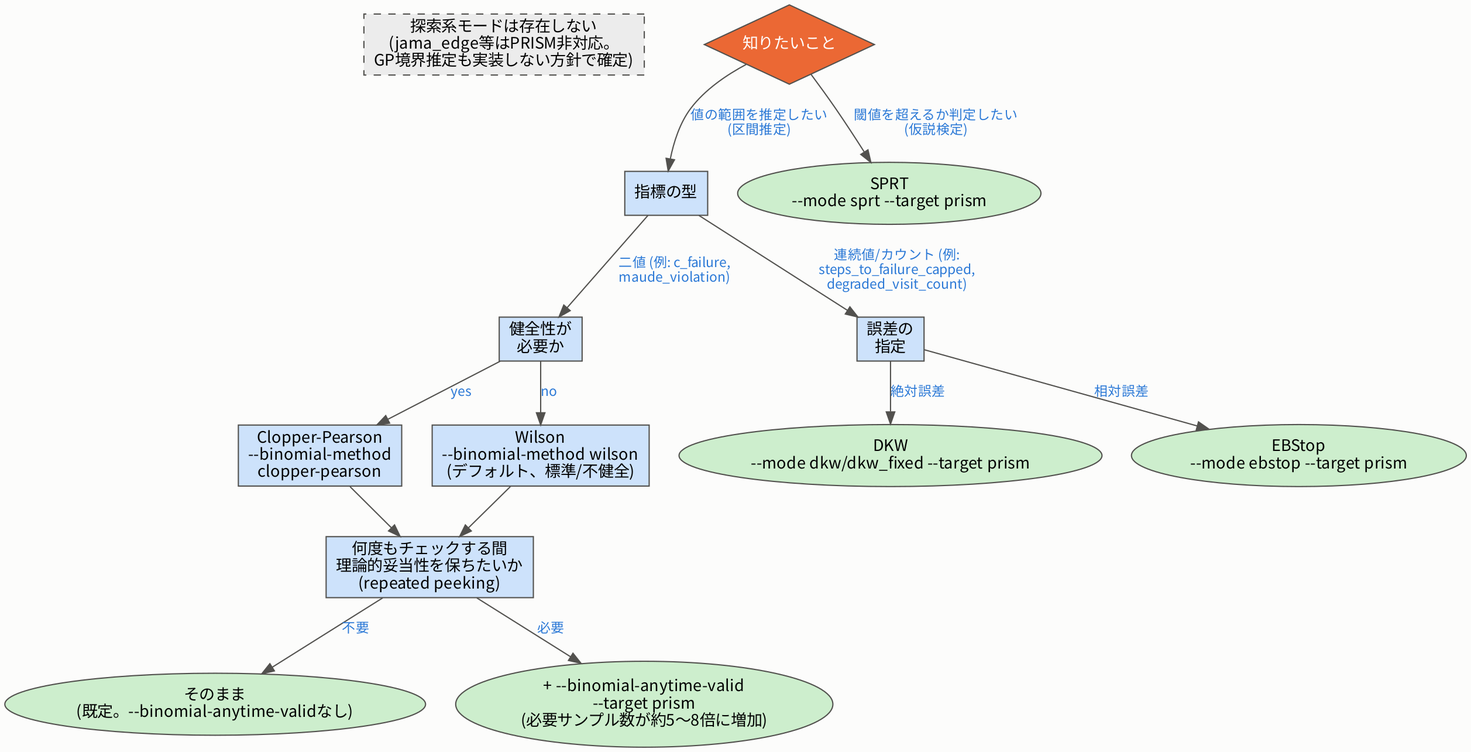
This is docs/diagrams/prism_tree.png from zlbhjl/AWSIM_launch, a Graphviz export, as it was before one commit. Its source is kept beside it as docs/diagrams/prism_tree.dot. Source of this version:
```dot
digraph PRISMTree {
  graph [fontname="Noto Sans CJK JP", nodesep=0.35, ranksep=0.55, bgcolor="#fcfcfb"];
  node [fontname="Noto Sans CJK JP", fontsize=13, style=filled, color="#52514e"];
  edge [fontname="Noto Sans CJK JP", fontsize=11, color="#52514e", fontcolor="#2a78d6"];

  no_explore [label="探索系モードは存在しない\n(jama_edge等はPRISM非対応。\nGP境界推定も実装しない方針で確定)", shape=box, style="filled,dashed", fillcolor="#ececec"];
  goal [label="知りたいこと", shape=diamond, fillcolor="#eb6834", fontcolor=white, width=1.2, height=0.9];
  proptype [label="指標の型", shape=box, fillcolor="#cde2fb"];
  sound_bin [label="健全性が\n必要か", shape=box, fillcolor="#cde2fb"];
  errtype [label="誤差の\n指定", shape=box, fillcolor="#cde2fb"];

  sprt [label="SPRT\n--mode sprt --target prism", shape=ellipse, fillcolor="#cdeecd"];
  clopper [label="Clopper-Pearson\n--binomial-method\nclopper-pearson", shape=box, fillcolor="#cde2fb"];
  wilson [label="Wilson\n--binomial-method wilson\n(デフォルト、標準/不健全)", shape=box, fillcolor="#cde2fb"];
  peeking [label="何度もチェックする間\n理論的妥当性を保ちたいか\n(repeated peeking)", shape=box, fillcolor="#cde2fb"];
  peeking_no [label="そのまま\n(既定。--binomial-anytime-validなし)", shape=ellipse, fillcolor="#cdeecd"];
  peeking_yes [label="+ --binomial-anytime-valid\n--target prism\n(必要サンプル数が約5〜8倍に増加)", shape=ellipse, fillcolor="#cdeecd"];
  dkw_gap [label="DKW\n--mode dkw/dkw_fixed --target prism", shape=ellipse, fillcolor="#cdeecd"];
  ebstop [label="EBStop\n--mode ebstop --target prism", shape=ellipse, fillcolor="#cdeecd"];

  no_explore -> goal [style=invis];
  goal -> sprt [label="閾値を超えるか判定したい\n(仮説検定)"];
  goal -> proptype [label="値の範囲を推定したい\n(区間推定)"];

  proptype -> sound_bin [label="二値 (例: c_failure,\nmaude_violation)"];
  proptype -> errtype [label="連続値/カウント (例:\nsteps_to_failure_capped,\ndegraded_visit_count)"];

  sound_bin -> clopper [label="yes"];
  sound_bin -> wilson [label="no"];

  clopper -> peeking;
  wilson -> peeking;
  peeking -> peeking_no [label="不要"];
  peeking -> peeking_yes [label="必要"];

  errtype -> dkw_gap [label="絶対誤差"];
  errtype -> ebstop [label="相対誤差"];

  { rank=same; no_explore; goal; }
}
```
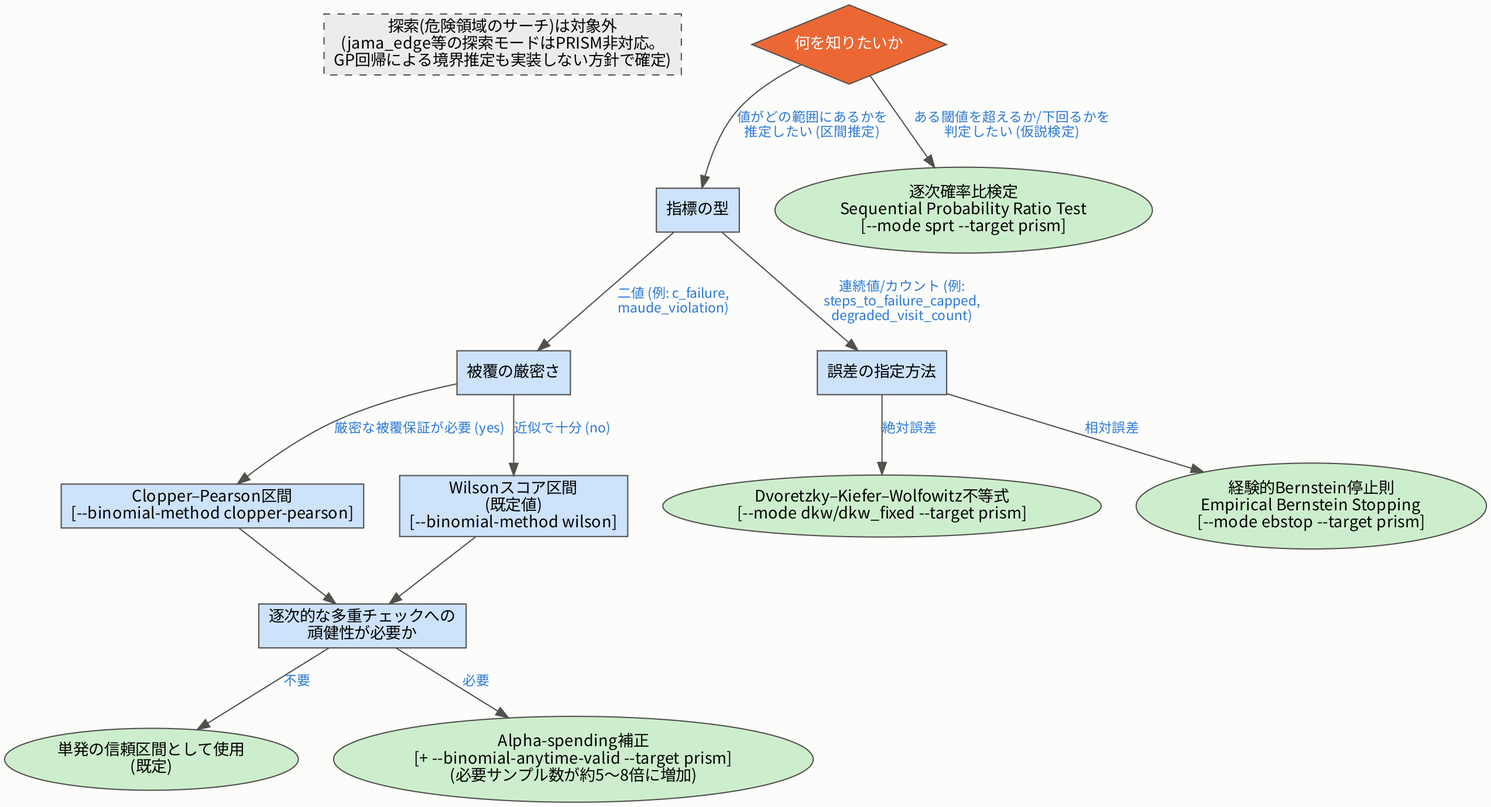
Above is the later version.

What changed in the source:
```diff
@@ -1,32 +1,32 @@
 digraph PRISMTree {
-  graph [fontname="Noto Sans CJK JP", nodesep=0.35, ranksep=0.55, bgcolor="#fcfcfb"];
+  graph [fontname="Noto Sans CJK JP", nodesep=0.4, ranksep=0.6, bgcolor="#fcfcfb"];
   node [fontname="Noto Sans CJK JP", fontsize=13, style=filled, color="#52514e"];
   edge [fontname="Noto Sans CJK JP", fontsize=11, color="#52514e", fontcolor="#2a78d6"];
 
-  no_explore [label="探索系モードは存在しない\n(jama_edge等はPRISM非対応。\nGP境界推定も実装しない方針で確定)", shape=box, style="filled,dashed", fillcolor="#ececec"];
-  goal [label="知りたいこと", shape=diamond, fillcolor="#eb6834", fontcolor=white, width=1.2, height=0.9];
+  no_explore [label="探索(危険領域のサーチ)は対象外\n(jama_edge等の探索モードはPRISM非対応。\nGP回帰による境界推定も実装しない方針で確定)", shape=box, style="filled,dashed", fillcolor="#ececec"];
+  goal [label="何を知りたいか", shape=diamond, fillcolor="#eb6834", fontcolor=white, width=1.2, height=0.9];
   proptype [label="指標の型", shape=box, fillcolor="#cde2fb"];
-  sound_bin [label="健全性が\n必要か", shape=box, fillcolor="#cde2fb"];
-  errtype [label="誤差の\n指定", shape=box, fillcolor="#cde2fb"];
+  sound_bin [label="被覆の厳密さ", shape=box, fillcolor="#cde2fb"];
+  errtype [label="誤差の指定方法", shape=box, fillcolor="#cde2fb"];
+  peeking [label="逐次的な多重チェックへの\n頑健性が必要か", shape=box, fillcolor="#cde2fb"];
 
-  sprt [label="SPRT\n--mode sprt --target prism", shape=ellipse, fillcolor="#cdeecd"];
-  clopper [label="Clopper-Pearson\n--binomial-method\nclopper-pearson", shape=box, fillcolor="#cde2fb"];
-  wilson [label="Wilson\n--binomial-method wilson\n(デフォルト、標準/不健全)", shape=box, fillcolor="#cde2fb"];
-  peeking [label="何度もチェックする間\n理論的妥当性を保ちたいか\n(repeated peeking)", shape=box, fillcolor="#cde2fb"];
-  peeking_no [label="そのまま\n(既定。--binomial-anytime-validなし)", shape=ellipse, fillcolor="#cdeecd"];
-  peeking_yes [label="+ --binomial-anytime-valid\n--target prism\n(必要サンプル数が約5〜8倍に増加)", shape=ellipse, fillcolor="#cdeecd"];
-  dkw_gap [label="DKW\n--mode dkw/dkw_fixed --target prism", shape=ellipse, fillcolor="#cdeecd"];
-  ebstop [label="EBStop\n--mode ebstop --target prism", shape=ellipse, fillcolor="#cdeecd"];
+  sprt [label="逐次確率比検定\nSequential Probability Ratio Test\n[--mode sprt --target prism]", shape=ellipse, fillcolor="#cdeecd"];
+  clopper [label="Clopper–Pearson区間\n[--binomial-method clopper-pearson]", shape=box, fillcolor="#cde2fb"];
+  wilson [label="Wilsonスコア区間\n(既定値)\n[--binomial-method wilson]", shape=box, fillcolor="#cde2fb"];
+  peeking_no [label="単発の信頼区間として使用\n(既定)", shape=ellipse, fillcolor="#cdeecd"];
+  peeking_yes [label="Alpha-spending補正\n[+ --binomial-anytime-valid --target prism]\n(必要サンプル数が約5〜8倍に増加)", shape=ellipse, fillcolor="#cdeecd"];
+  dkw_gap [label="Dvoretzky–Kiefer–Wolfowitz不等式\n[--mode dkw/dkw_fixed --target prism]", shape=ellipse, fillcolor="#cdeecd"];
+  ebstop [label="経験的Bernstein停止則\nEmpirical Bernstein Stopping\n[--mode ebstop --target prism]", shape=ellipse, fillcolor="#cdeecd"];
 
   no_explore -> goal [style=invis];
-  goal -> sprt [label="閾値を超えるか判定したい\n(仮説検定)"];
-  goal -> proptype [label="値の範囲を推定したい\n(区間推定)"];
+  goal -> sprt [label="ある閾値を超えるか/下回るかを\n判定したい (仮説検定)"];
+  goal -> proptype [label="値がどの範囲にあるかを\n推定したい (区間推定)"];
 
   proptype -> sound_bin [label="二値 (例: c_failure,\nmaude_violation)"];
   proptype -> errtype [label="連続値/カウント (例:\nsteps_to_failure_capped,\ndegraded_visit_count)"];
 
-  sound_bin -> clopper [label="yes"];
-  sound_bin -> wilson [label="no"];
+  sound_bin -> clopper [label="厳密な被覆保証が必要 (yes)"];
+  sound_bin -> wilson [label="近似で十分 (no)"];
 
   clopper -> peeking;
   wilson -> peeking;
```
